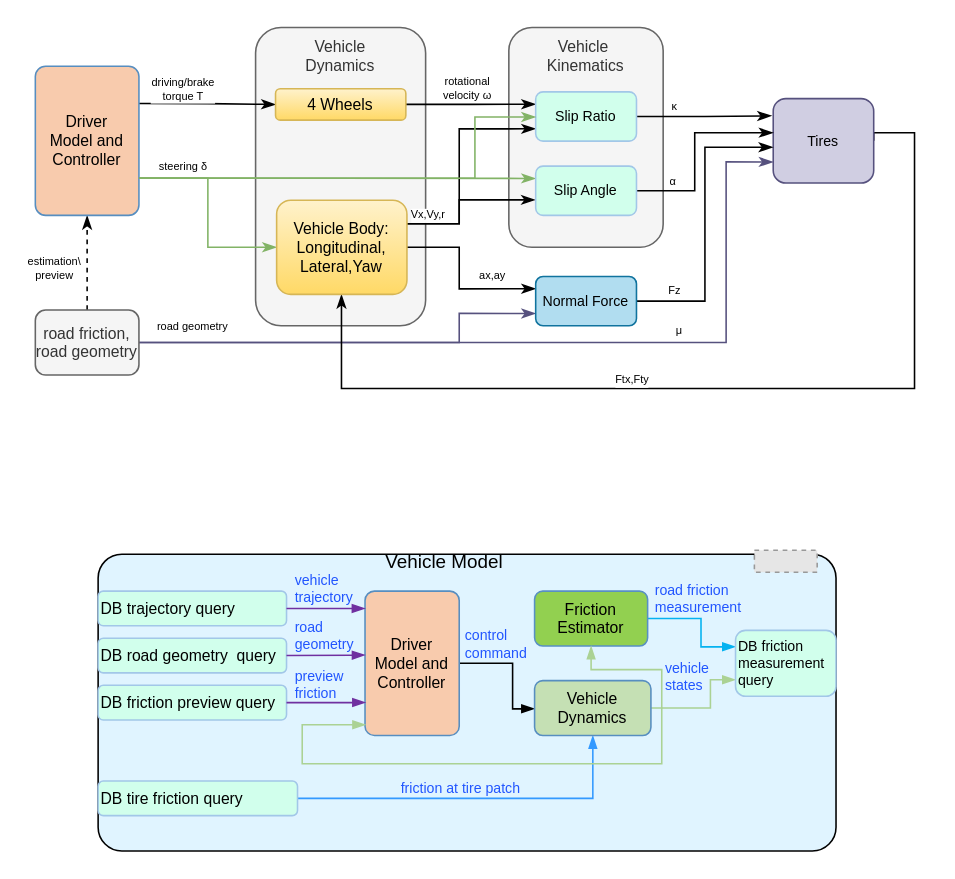
Earlier version of the draw.io diagram vehicle dynamics.drawio (LimingGao/draw_io). Source tidied: cells renumbered, new cells numbered last; positions are measured from the earlier drawing's top-left corner, leaving out a move shared by most shapes. Both pictures are drawn from the tidied source at 157%, with x=0, y=0 at pixel (35, 27). Pictures stored in the file or linked from it are replaced by grey dashed boxes.
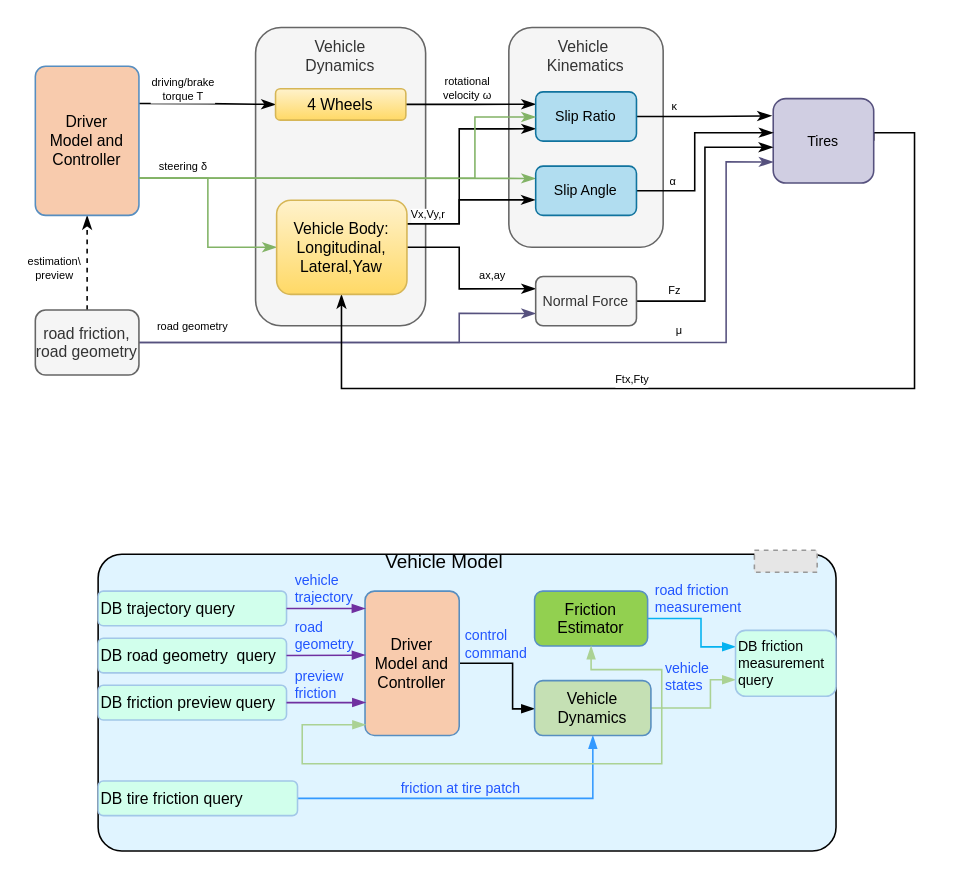
Above is the later version.

Diff of the diagram source:
```diff
@@
-    <mxCell id="59" value="Slip Angle" style="rounded=1;align=center;verticalAlign=middle;fillColor=#D1FFEC;strokeColor=#A2C7E8;fontSize=9;fontStyle=0;" parent="1" vertex="1">
+    <mxCell id="59" value="Slip Angle" style="rounded=1;align=center;verticalAlign=middle;fillColor=#b1ddf0;strokeColor=#10739e;fontSize=9;fontStyle=0;" parent="1" vertex="1">
       <mxGeometry x="318.7" y="88.3" width="64.2" height="31.4" as="geometry" />
     </mxCell>
@@
-    <mxCell id="62" value="Slip Ratio" style="rounded=1;align=center;verticalAlign=middle;fillColor=#D1FFEC;strokeColor=#A2C7E8;fontSize=9;fontStyle=0;" parent="1" vertex="1">
+    <mxCell id="62" value="Slip Ratio" style="rounded=1;align=center;verticalAlign=middle;fillColor=#b1ddf0;strokeColor=#10739e;fontSize=9;fontStyle=0;" parent="1" vertex="1">
       <mxGeometry x="318.7" y="41" width="64.2" height="31.4" as="geometry" />
     </mxCell>
@@
-    <mxCell id="66" value="Normal Force" style="rounded=1;align=center;verticalAlign=middle;fillColor=#b1ddf0;strokeColor=#10739e;fontSize=9;fontStyle=0;" parent="1" vertex="1">
+    <mxCell id="66" value="Normal Force" style="rounded=1;align=center;verticalAlign=middle;fontSize=9;fontStyle=0;fillColor=#f5f5f5;strokeColor=#666666;fontColor=#333333;" parent="1" vertex="1">
       <mxGeometry x="318.7" y="158.6" width="64.2" height="31.4" as="geometry" />
     </mxCell>
```
